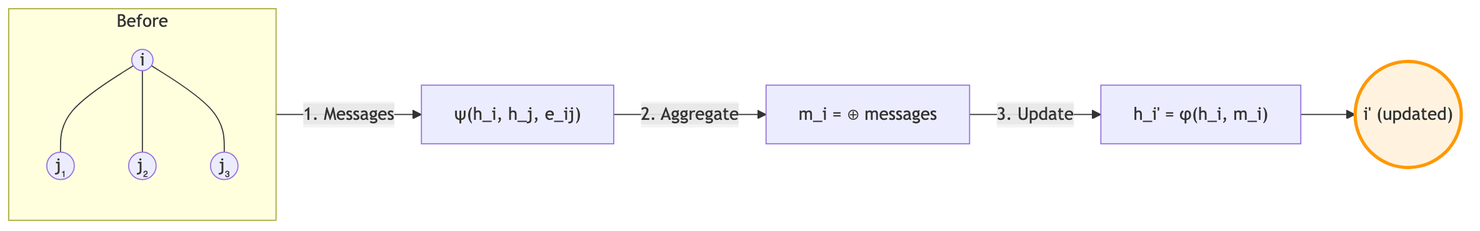
The Mermaid diagram assets/img/teaching/protein-ai/mermaid/s26-04-transformers-gnns_diagram_3.png in sungsoo-ahn/sungsoo-ahn.github.io, before a commit. Its source is kept beside it as assets/img/teaching/protein-ai/mermaid/s26-04-transformers-gnns_diagram_3.mmd. Source of this version:
```mermaid
flowchart LR
    subgraph Before["Before"]
        A1((i)) --- B1((j₁))
        A1 --- C1((j₂))
        A1 --- D1((j₃))
    end

    Before -->|"1. Messages"| MSG["ψ(h_i, h_j, e_ij)"]
    MSG -->|"2. Aggregate"| AGG["m_i = ⊕ messages"]
    AGG -->|"3. Update"| UPD["h_i' = φ(h_i, m_i)"]

    UPD --> A2(("i' (updated)")):::updated

    classDef updated fill:#fff3e0,stroke:#FF9800,stroke-width:3px
```
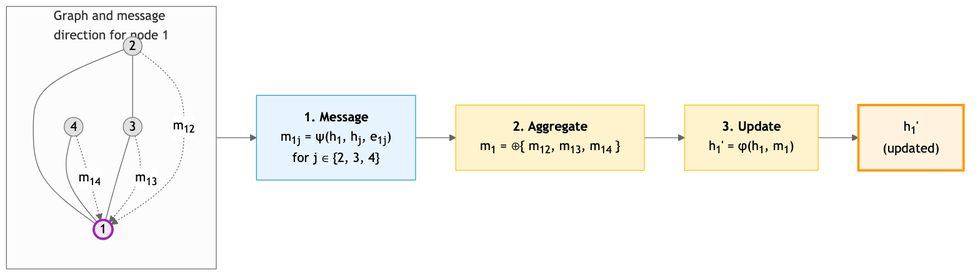
Later version of the same file.

The edit, as a diff of the source:
```diff
@@ -1,14 +1,25 @@
 flowchart LR
-    subgraph Before["Before"]
-        A1((i)) --- B1((j₁))
-        A1 --- C1((j₂))
-        A1 --- D1((j₃))
+    subgraph Graph["Graph and message direction for node 1"]
+        G2((2)):::nbr --- G1((1)):::target
+        G3((3)):::nbr --- G1
+        G4((4)):::nbr --- G1
+        G2 --- G3
+
+        G2 -.->|"m<sub>12</sub>"| G1
+        G3 -.->|"m<sub>13</sub>"| G1
+        G4 -.->|"m<sub>14</sub>"| G1
     end
 
-    Before -->|"1. Messages"| MSG["ψ(h_i, h_j, e_ij)"]
-    MSG -->|"2. Aggregate"| AGG["m_i = ⊕ messages"]
-    AGG -->|"3. Update"| UPD["h_i' = φ(h_i, m_i)"]
+    Graph --> STEP1["<b>1. Message</b><br/>m<sub>1j</sub> = ψ(h<sub>1</sub>, h<sub>j</sub>, e<sub>1j</sub>)<br/>for j ∈ {2, 3, 4}"]:::msg
 
-    UPD --> A2(("i' (updated)")):::updated
+    STEP1 --> STEP2["<b>2. Aggregate</b><br/>m<sub>1</sub> = ⊕{ m<sub>12</sub>, m<sub>13</sub>, m<sub>14</sub> }"]:::agg
 
-    classDef updated fill:#fff3e0,stroke:#FF9800,stroke-width:3px
+    STEP2 --> STEP3["<b>3. Update</b><br/>h<sub>1</sub>' = φ(h<sub>1</sub>, m<sub>1</sub>)"]:::agg
+
+    STEP3 --> OUT["h<sub>1</sub>'<br/>(updated)"]:::result
+
+    classDef target fill:#f3e5f5,stroke:#9C27B0,stroke-width:3px
+    classDef nbr fill:#e0e0e0,stroke:#757575
+    classDef msg fill:#e8f4fd,stroke:#2196F3
+    classDef agg fill:#fff3cd,stroke:#ffc107
+    classDef result fill:#fff3e0,stroke:#FF9800,stroke-width:3px
```
